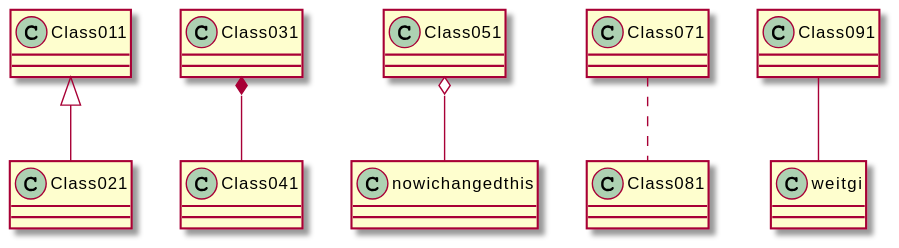
Before: meilenstein_03/sub/pumltest_2.svg, a diagram exported from PlantUML (weichware10/meilensteine).
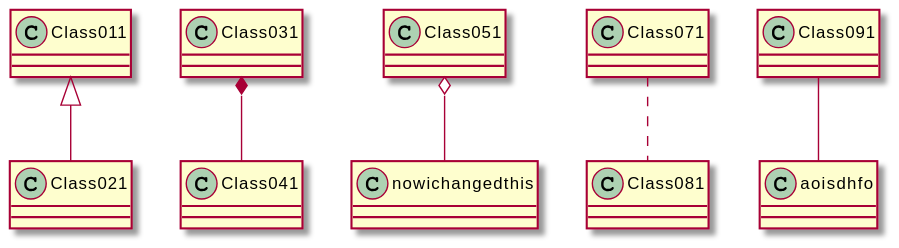
The same diagram one commit later.

Commit message:
Render PlantUML SVGs

Diff of the diagram source:
```diff
@@ -3,5 +3,5 @@
 Class031 *-- Class041
 Class051 o-- nowichangedthis
 Class071 .. Class081
-Class091 -- weitgi
+Class091 -- aoisdhfo
 @enduml
```
